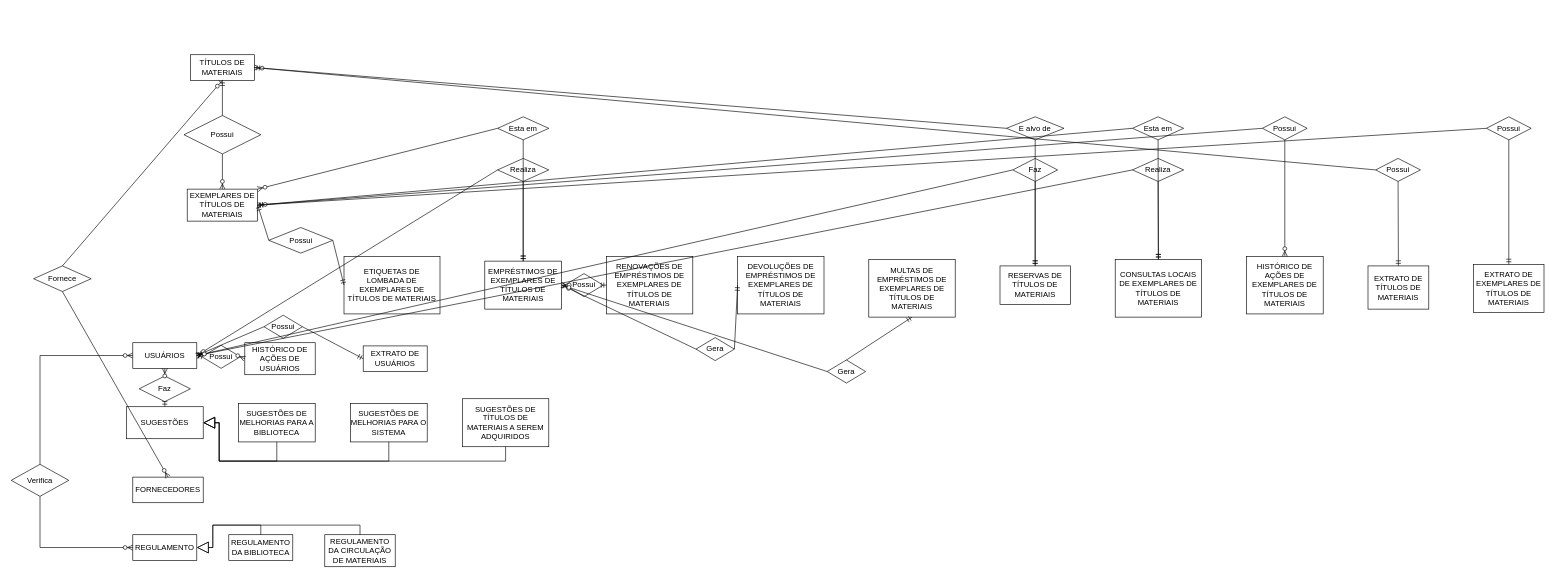
The draw.io diagram BANCO DE DADOS/DIAGRAMA_BANCO_DE_DADOS_COMPLETO.drawio in Josemarcio04/DESENVOLVIMENTO-DE-SISTEMAS-COMERCIAIS, before the edit. Source tidied: cells renumbered, new cells numbered last; positions are measured from the earlier drawing's top-left corner, leaving out a move shared by most shapes. Both pictures are drawn from the tidied source at 64%, with x=0, y=0 at pixel (11, 54).
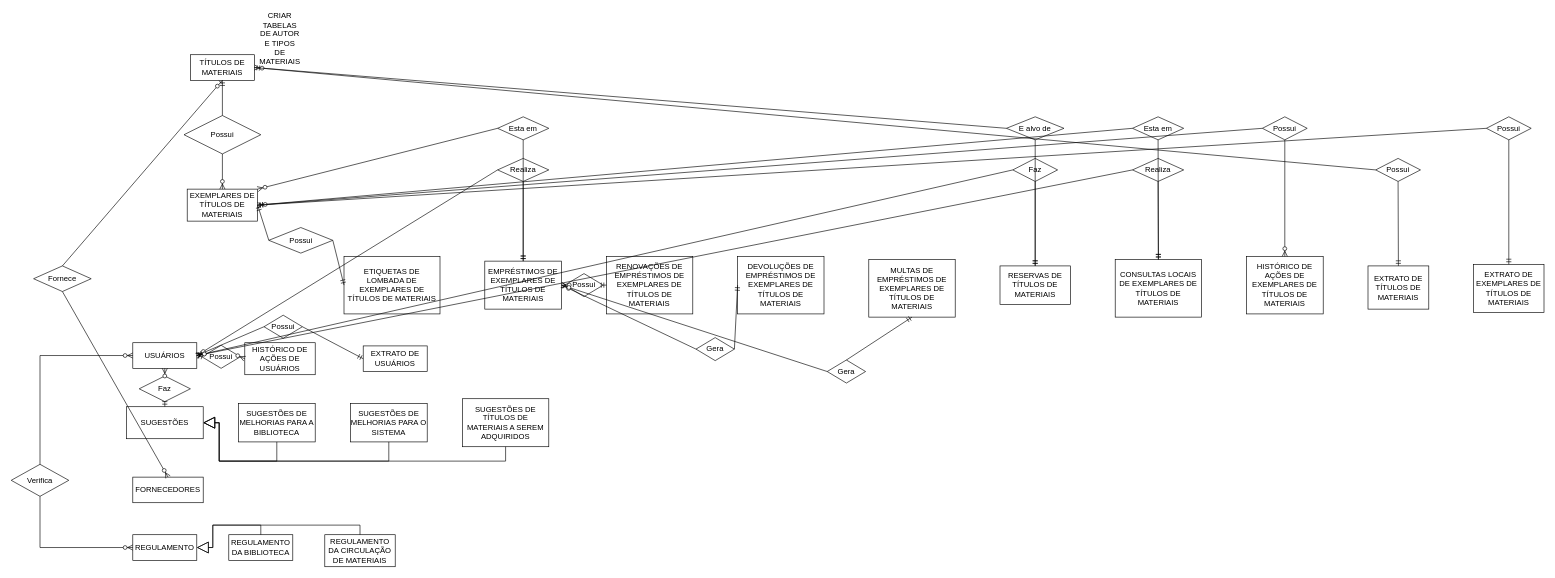
The same diagram, later.

Commit message (it also covers changes not shown here):
Anotações das alterações a serem feitas em discussão na aula

Change to the diagram source:
```diff
@@
+    <mxCell id="87" value="CRIAR TABELAS DE AUTOR E TIPOS DE MATERIAIS" style="text;html=1;whiteSpace=wrap;strokeColor=none;fillColor=none;align=center;verticalAlign=middle;rounded=0;" parent="1" vertex="1">
+      <mxGeometry x="390" y="-40" width="60" height="30" as="geometry" />
+    </mxCell>
```
